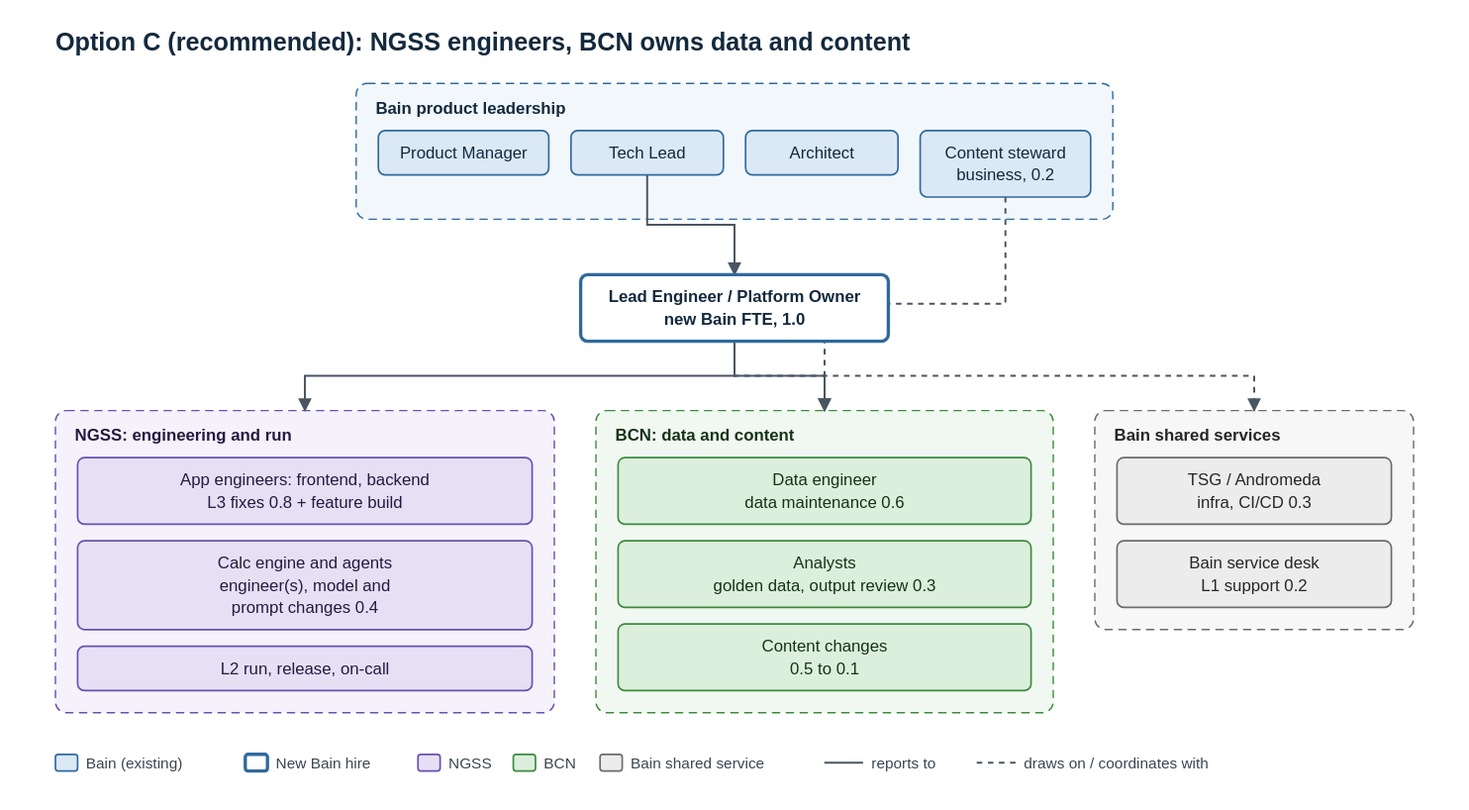
The draw.io diagram context/post-gls-team-structure/diagrams/04-option-c-split.drawio.svg in deanwang-bain/OC-TL, before a commit. Source tidied: cells renumbered, new cells last; positions are measured from the earlier drawing's top-left corner, leaving out a move shared by most shapes.
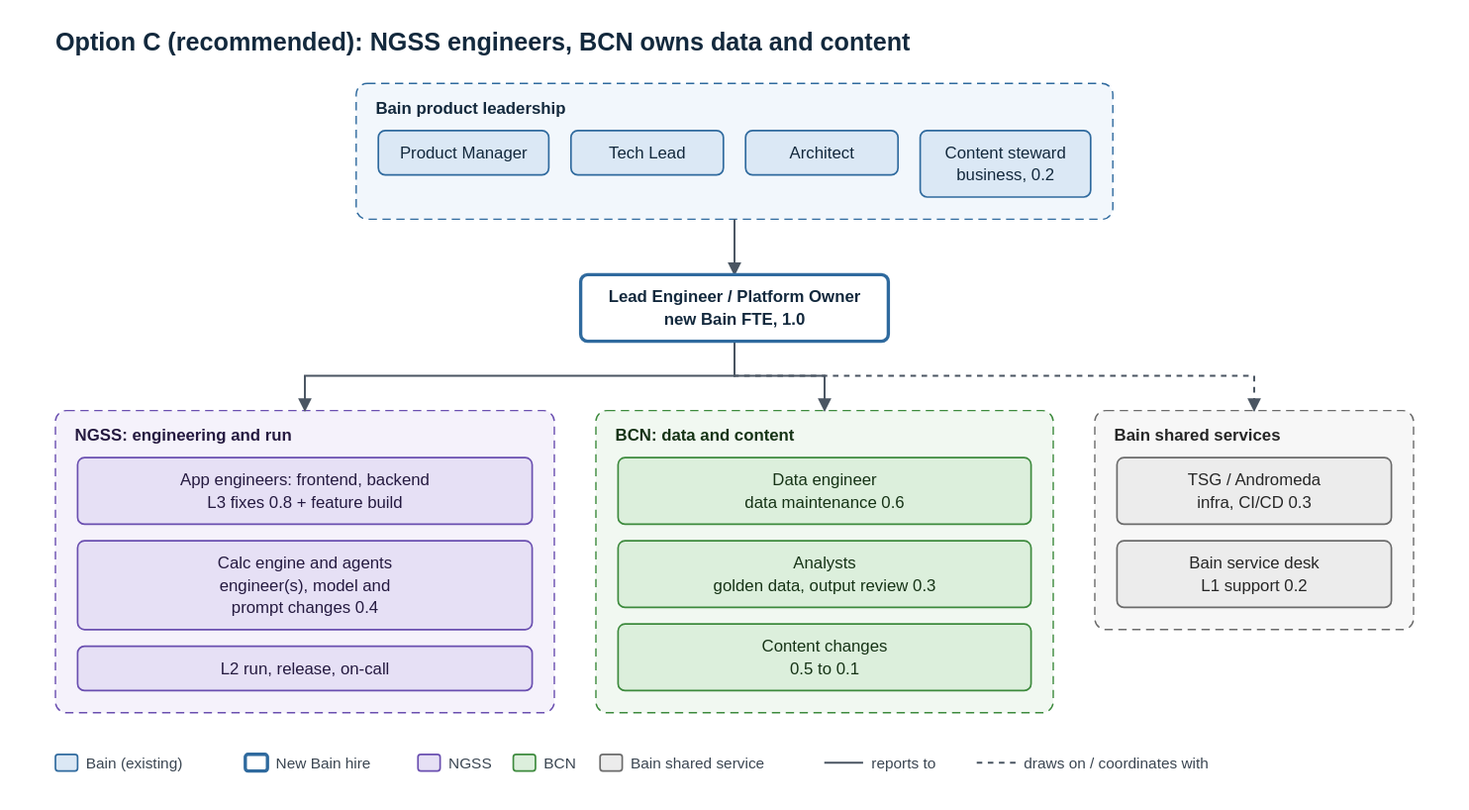
The same file after the commit.

Diff of the diagram source:
```diff
@@ -56,7 +56,7 @@
     <mxCell id="19" value="Bain service desk&lt;br&gt;L1 support 0.2" style="rounded=1;whiteSpace=wrap;html=1;fillColor=#ececec;strokeColor=#6b6b6b;fontColor=#262626;fontSize=12;" parent="1" vertex="1">
       <mxGeometry x="766" y="372" width="198" height="48" as="geometry" />
     </mxCell>
-    <mxCell id="20" style="edgeStyle=orthogonalEdgeStyle;rounded=0;html=1;endArrow=block;endFill=1;strokeColor=#4a5562;" parent="1" edge="1" source="8" target="11">
+    <mxCell id="20" style="edgeStyle=orthogonalEdgeStyle;rounded=0;html=1;endArrow=block;endFill=1;strokeColor=#4a5562;" parent="1" edge="1" source="3" target="11">
       <mxGeometry relative="1" as="geometry" />
     </mxCell>
     <mxCell id="21" style="edgeStyle=orthogonalEdgeStyle;rounded=0;html=1;endArrow=block;endFill=1;strokeColor=#4a5562;" parent="1" edge="1" source="11" target="4">
@@ -68,9 +68,6 @@
     <mxCell id="23" style="edgeStyle=orthogonalEdgeStyle;rounded=0;html=1;endArrow=block;endFill=1;strokeColor=#4a5562;dashed=1;" parent="1" edge="1" source="11" target="6">
       <mxGeometry relative="1" as="geometry" />
     </mxCell>
-    <mxCell id="24" style="edgeStyle=orthogonalEdgeStyle;rounded=0;html=1;endArrow=block;endFill=1;strokeColor=#4a5562;dashed=1;" parent="1" edge="1" source="10" target="5">
-      <mxGeometry relative="1" as="geometry" />
-    </mxCell>
     <mxCell id="25" style="rounded=1;fillColor=#dbe8f5;strokeColor=#2f6a9e;" parent="1" vertex="1">
       <mxGeometry y="526" width="16" height="12" as="geometry" />
     </mxCell>
```
